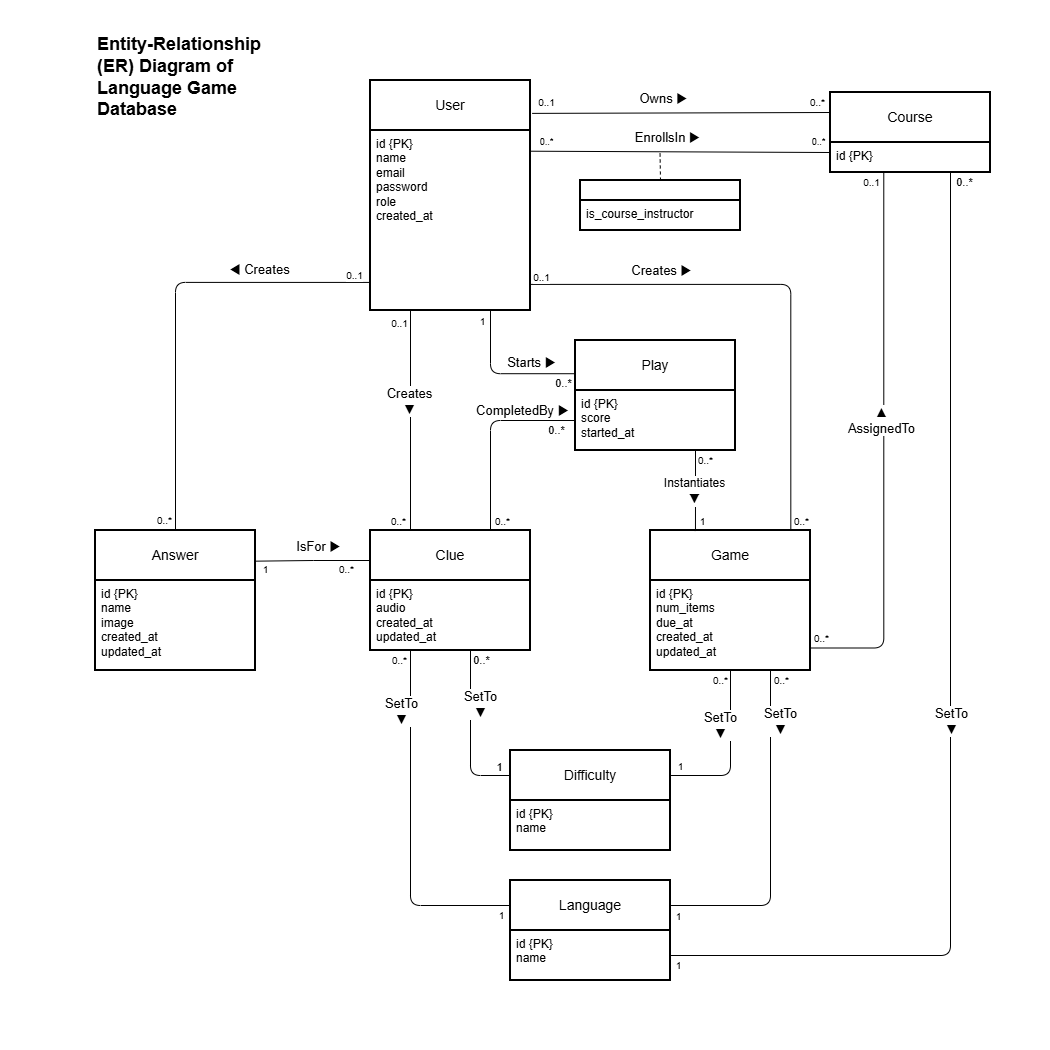
Before: docs/system-design/db-design/ER-diagram.drawio.png, a diagram exported from draw.io (COSC-499-W2026/capstone-project-team-9). Source tidied: cells renumbered, new cells last; positions are measured from the earlier drawing's top-left corner, leaving out a move shared by most shapes.
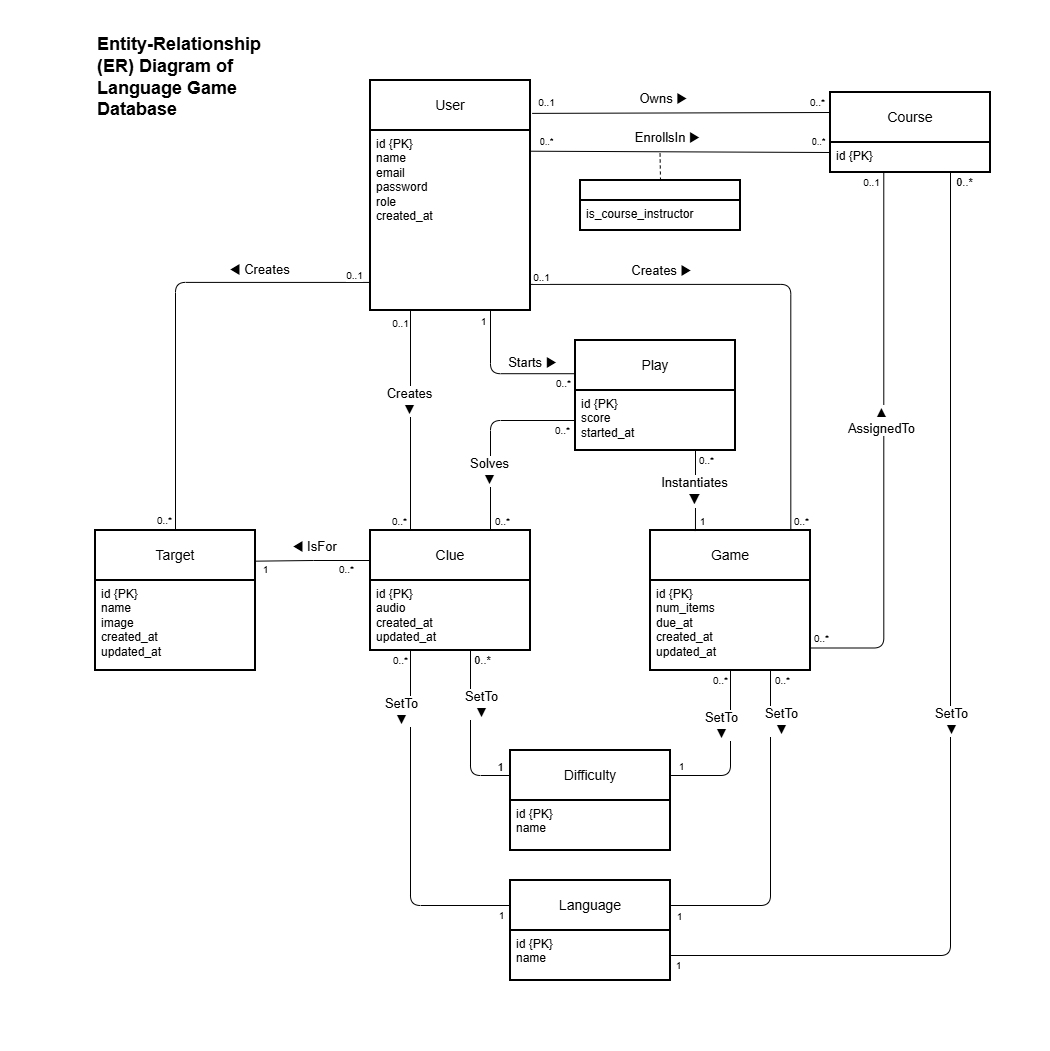
Above is the later version.

Commit message:
in ER diagram: rename Answer to Target, rename Play-Clue relationship to Solves

Change to the diagram source:
```diff
@@ -69,7 +69,7 @@
     <mxCell id="18" value="id {PK}&lt;br&gt;name" style="align=left;strokeColor=none;fillColor=none;spacingLeft=4;spacingRight=4;fontSize=12;verticalAlign=top;html=1;whiteSpace=wrap;rounded=0;" parent="17" vertex="1">
       <mxGeometry y="50" width="160" height="50" as="geometry" />
     </mxCell>
-    <mxCell id="19" value="Answer" style="swimlane;horizontal=1;startSize=50;rounded=0;fontSize=14;fontStyle=0;strokeWidth=2;shadow=0;dashed=0;align=center;arcSize=4;whiteSpace=wrap;html=1;" parent="1" vertex="1">
+    <mxCell id="19" value="Target" style="swimlane;horizontal=1;startSize=50;rounded=0;fontSize=14;fontStyle=0;strokeWidth=2;shadow=0;dashed=0;align=center;arcSize=4;whiteSpace=wrap;html=1;" parent="1" vertex="1">
       <mxGeometry x="95" y="530" width="160" height="140" as="geometry" />
     </mxCell>
     <mxCell id="20" value="id {PK}&lt;br&gt;name&lt;div&gt;image&lt;/div&gt;&lt;div&gt;created_at&lt;/div&gt;&lt;div&gt;updated_at&lt;br&gt;&lt;div&gt;&lt;br&gt;&lt;/div&gt;&lt;/div&gt;" style="align=left;strokeColor=none;fillColor=none;spacingLeft=4;spacingRight=4;fontSize=12;verticalAlign=top;html=1;whiteSpace=wrap;rounded=0;" parent="19" vertex="1">
@@ -165,9 +165,9 @@
         </Array>
       </mxGeometry>
     </mxCell>
-    <mxCell id="41" value="IsFor ▶" style="edgeLabel;html=1;align=center;verticalAlign=middle;fontSize=13;rounded=0;" parent="40" vertex="1">
+    <mxCell id="41" value="◀ IsFor" style="edgeLabel;html=1;align=center;verticalAlign=middle;fontSize=13;rounded=0;" parent="40" vertex="1">
       <mxGeometry x="-0.35" y="-2" relative="1" as="geometry">
-        <mxPoint x="-16" y="-13" as="offset" />
+        <mxPoint x="-20" y="-13" as="offset" />
       </mxGeometry>
     </mxCell>
     <mxCell id="42" value="1" style="edgeLabel;html=1;align=center;verticalAlign=middle;fontSize=10;" parent="40" vertex="1">
@@ -263,7 +263,7 @@
         <mxPoint x="-8" y="1" as="offset" />
       </mxGeometry>
     </mxCell>
-    <mxCell id="59" value="0..*" style="edgeLabel;html=1;align=center;verticalAlign=middle;" parent="56" vertex="1">
+    <mxCell id="59" value="0..*" style="edgeLabel;html=1;align=center;verticalAlign=middle;fontSize=10;" parent="56" vertex="1">
       <mxGeometry x="0.82" relative="1" as="geometry">
         <mxPoint y="9" as="offset" />
       </mxGeometry>
@@ -353,7 +353,7 @@
         </Array>
       </mxGeometry>
     </mxCell>
-    <mxCell id="76" value="Instantiates&lt;br&gt;&lt;span style=&quot;font-size: 14px;&quot;&gt;▼&lt;/span&gt;" style="edgeLabel;html=1;align=center;verticalAlign=middle;fontSize=12;" parent="75" vertex="1">
+    <mxCell id="76" value="Instantiates&lt;br&gt;&lt;span style=&quot;font-size: 15px;&quot;&gt;▼&lt;/span&gt;" style="edgeLabel;html=1;align=center;verticalAlign=middle;fontSize=13;" parent="75" vertex="1">
       <mxGeometry x="0.03" relative="1" as="geometry">
         <mxPoint x="-1" y="-1" as="offset" />
       </mxGeometry>
@@ -375,9 +375,9 @@
         </Array>
       </mxGeometry>
     </mxCell>
-    <mxCell id="80" value="CompletedBy ▶" style="edgeLabel;html=1;align=center;verticalAlign=middle;fontSize=13;rounded=0;" parent="79" vertex="1">
+    <mxCell id="80" value="Solves&lt;div&gt;▼&lt;/div&gt;" style="edgeLabel;html=1;align=center;verticalAlign=middle;fontSize=13;rounded=0;" parent="79" vertex="1">
       <mxGeometry x="-0.51" y="-1" relative="1" as="geometry">
-        <mxPoint x="31" y="-74" as="offset" />
+        <mxPoint x="-3" y="-13" as="offset" />
       </mxGeometry>
     </mxCell>
     <mxCell id="81" value="0..*" style="edgeLabel;html=1;align=center;verticalAlign=middle;fontSize=10;" parent="79" vertex="1">
@@ -385,9 +385,9 @@
         <mxPoint x="11" y="-1" as="offset" />
       </mxGeometry>
     </mxCell>
-    <mxCell id="82" value="0..*" style="edgeLabel;html=1;align=center;verticalAlign=middle;" parent="79" vertex="1">
+    <mxCell id="82" value="0..*" style="edgeLabel;html=1;align=center;verticalAlign=middle;fontSize=10;" parent="79" vertex="1">
       <mxGeometry x="0.81" relative="1" as="geometry">
-        <mxPoint y="9" as="offset" />
+        <mxPoint x="5" y="9" as="offset" />
       </mxGeometry>
     </mxCell>
   </root>
```
